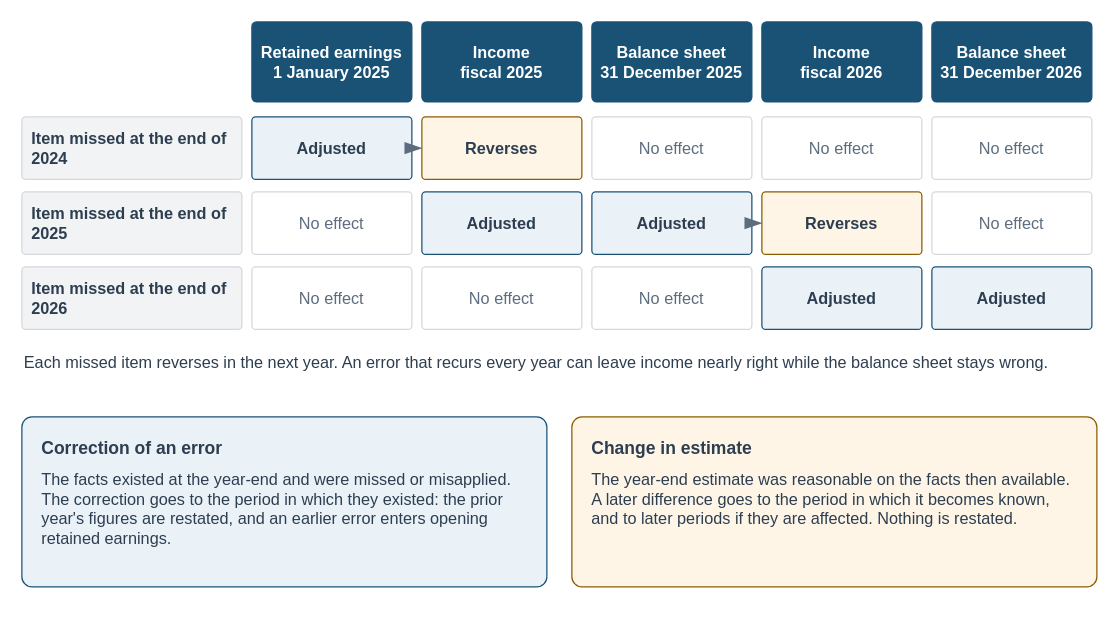
mmcodesso/Accounting_Analytics_Book keeps this draw.io diagram as visuals/src/fig-17-02-adjustment-timeline.drawio. Above is the earlier version. Source tidied: cells renumbered, new cells numbered last; positions are measured from the earlier drawing's top-left corner, leaving out a move shared by most shapes. Both pictures are drawn from the tidied source at 125%, with x=0, y=0 at pixel (21, 21).
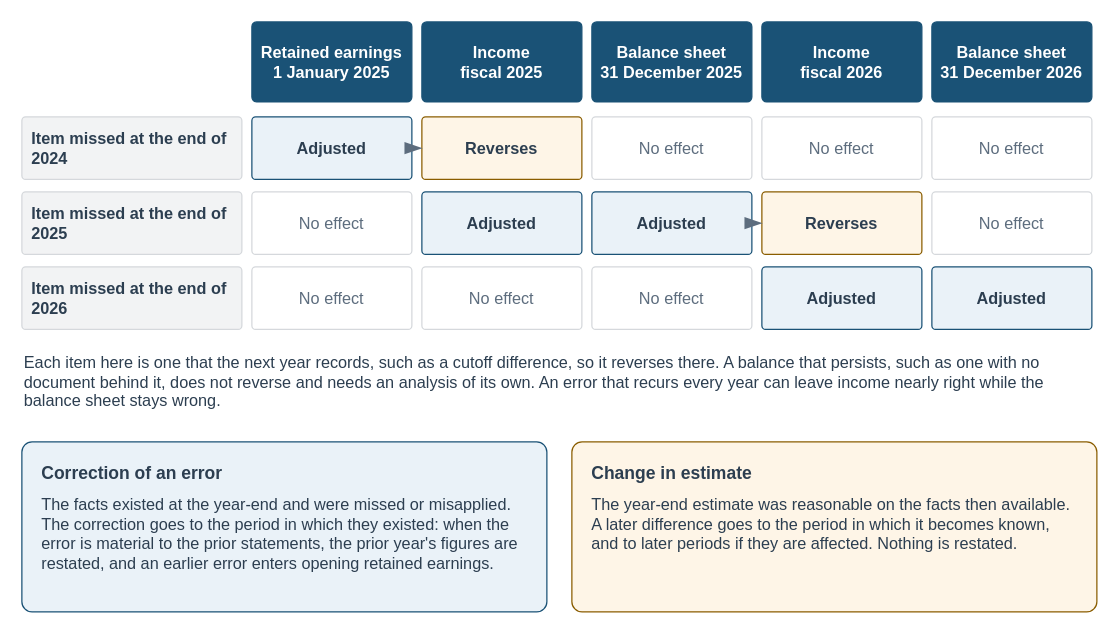
Above is the later version.

The edit, as a diff of the source:
```diff
@@
     <mxCell id="2" style="rounded=0;html=1;fillColor=none;strokeColor=none;" parent="1" vertex="1">
-      <mxGeometry width="860" height="454" as="geometry" />
+      <mxGeometry width="860" height="474" as="geometry" />
     </mxCell>
@@
-    <mxCell id="28" value="Each missed item reverses in the next year. An error that recurs every year can leave income nearly right while the balance sheet stays wrong." style="text;html=1;whiteSpace=wrap;align=left;verticalAlign=top;fontSize=13;fontColor=#2C3E50;fontStyle=0;fontFamily=Helvetica;spacing=2;fillColor=none;strokeColor=none;" parent="1" vertex="1">
-      <mxGeometry y="258" width="860" height="40" as="geometry" />
+    <mxCell id="28" value="Each item here is one that the next year records, such as a cutoff difference, so it reverses there. A balance that persists, such as one with no document behind it, does not reverse and needs an analysis of its own. An error that recurs every year can leave income nearly right while the balance sheet stays wrong." style="text;html=1;whiteSpace=wrap;align=left;verticalAlign=top;fontSize=13;fontColor=#2C3E50;fontStyle=0;fontFamily=Helvetica;spacing=2;fillColor=none;strokeColor=none;" parent="1" vertex="1">
+      <mxGeometry y="258" width="860" height="60" as="geometry" />
     </mxCell>
     <mxCell id="29" style="rounded=1;arcSize=6;whiteSpace=wrap;html=1;fillColor=#EAF2F8;strokeColor=#1A5276;strokeWidth=1;fontColor=#2C3E50;fontSize=13;fontStyle=0;align=center;verticalAlign=middle;fontFamily=Helvetica;spacingLeft=6;spacingRight=6;" parent="1" vertex="1">
-      <mxGeometry y="316" width="420" height="136" as="geometry" />
+      <mxGeometry y="336" width="420" height="136" as="geometry" />
     </mxCell>
     <mxCell id="30" value="&lt;b&gt;Correction of an error&lt;/b&gt;" style="text;html=1;whiteSpace=wrap;align=left;verticalAlign=top;fontSize=14;fontColor=#2C3E50;fontStyle=0;fontFamily=Helvetica;spacing=2;fillColor=none;strokeColor=none;" parent="1" vertex="1">
-      <mxGeometry x="14" y="326" width="392" height="22" as="geometry" />
+      <mxGeometry x="14" y="346" width="392" height="22" as="geometry" />
     </mxCell>
-    <mxCell id="31" value="The facts existed at the year-end and were missed or misapplied. The correction goes to the period in which they existed: the prior year's figures are restated, and an earlier error enters opening retained earnings." style="text;html=1;whiteSpace=wrap;align=left;verticalAlign=top;fontSize=13;fontColor=#2C3E50;fontStyle=0;fontFamily=Helvetica;spacing=2;fillColor=none;strokeColor=none;" parent="1" vertex="1">
-      <mxGeometry x="14" y="352" width="392" height="92" as="geometry" />
+    <mxCell id="31" value="The facts existed at the year-end and were missed or misapplied. The correction goes to the period in which they existed: when the error is material to the prior statements, the prior year's figures are restated, and an earlier error enters opening retained earnings." style="text;html=1;whiteSpace=wrap;align=left;verticalAlign=top;fontSize=13;fontColor=#2C3E50;fontStyle=0;fontFamily=Helvetica;spacing=2;fillColor=none;strokeColor=none;" parent="1" vertex="1">
+      <mxGeometry x="14" y="372" width="392" height="92" as="geometry" />
     </mxCell>
     <mxCell id="32" style="rounded=1;arcSize=6;whiteSpace=wrap;html=1;fillColor=#FEF5E7;strokeColor=#8A5D00;strokeWidth=1;fontColor=#2C3E50;fontSize=13;fontStyle=0;align=center;verticalAlign=middle;fontFamily=Helvetica;spacingLeft=6;spacingRight=6;" parent="1" vertex="1">
-      <mxGeometry x="440" y="316" width="420" height="136" as="geometry" />
+      <mxGeometry x="440" y="336" width="420" height="136" as="geometry" />
     </mxCell>
     <mxCell id="33" value="&lt;b&gt;Change in estimate&lt;/b&gt;" style="text;html=1;whiteSpace=wrap;align=left;verticalAlign=top;fontSize=14;fontColor=#2C3E50;fontStyle=0;fontFamily=Helvetica;spacing=2;fillColor=none;strokeColor=none;" parent="1" vertex="1">
-      <mxGeometry x="454" y="326" width="392" height="22" as="geometry" />
+      <mxGeometry x="454" y="346" width="392" height="22" as="geometry" />
     </mxCell>
     <mxCell id="34" value="The year-end estimate was reasonable on the facts then available. A later difference goes to the period in which it becomes known, and to later periods if they are affected. Nothing is restated." style="text;html=1;whiteSpace=wrap;align=left;verticalAlign=top;fontSize=13;fontColor=#2C3E50;fontStyle=0;fontFamily=Helvetica;spacing=2;fillColor=none;strokeColor=none;" parent="1" vertex="1">
-      <mxGeometry x="454" y="352" width="392" height="92" as="geometry" />
+      <mxGeometry x="454" y="372" width="392" height="92" as="geometry" />
     </mxCell>
```
